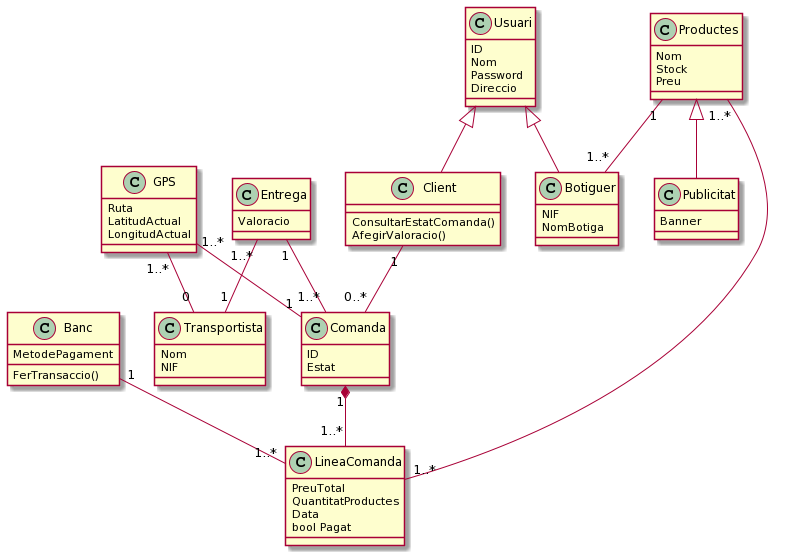
Above: diagrams/sprint3_diag_classes.png in polpagesdev/delivery-app (PlantUML), before the change.
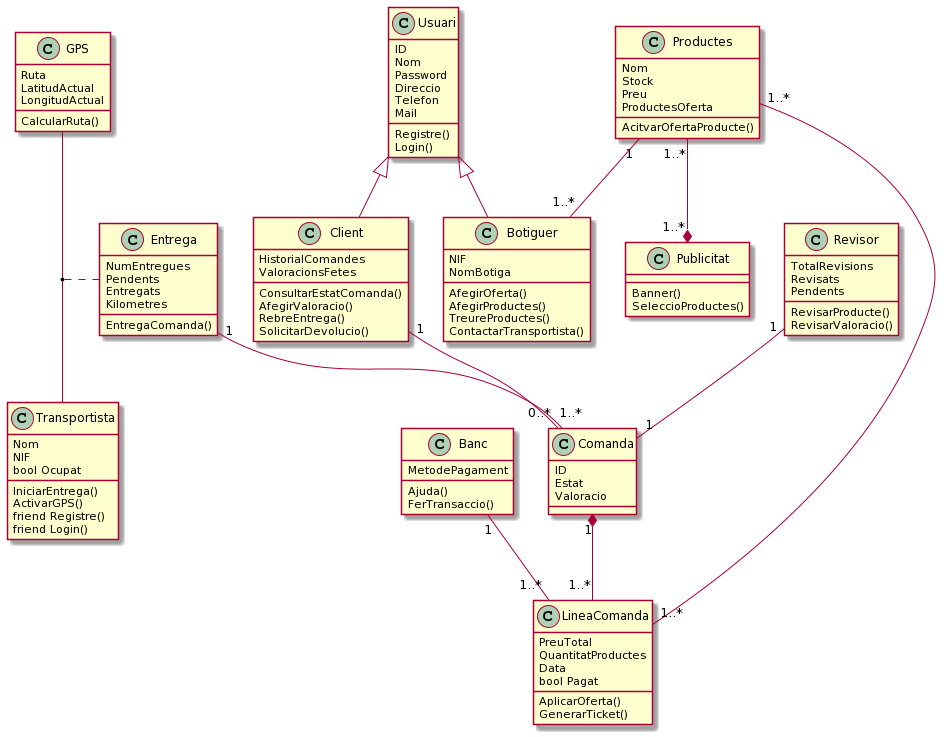
After the change.

What changed in the source:
```diff
@@ -7,41 +7,73 @@
 Nom
 Password
 Direccio
+Telefon
+Mail
+Registre()
+Login()
 }
+
 class Client {
+HistorialComandes
+ValoracionsFetes
 ConsultarEstatComanda()
 AfegirValoracio()
+RebreEntrega()
+SolicitarDevolucio()
 }
 
 class Botiguer{
 NIF
 NomBotiga
+AfegirOferta()
+AfegirProductes()
+TreureProductes()
+ContactarTransportista()
+}
+
+class Revisor{
+TotalRevisions
+Revisats
+Pendents
+RevisarProducte()
+RevisarValoracio()
 }
 
 class Banc{
 MetodePagament
+Ajuda()
 FerTransaccio()
 }
 
 class Transportista{
 Nom
 NIF
+bool Ocupat
+IniciarEntrega()
+ActivarGPS()
+friend Registre()
+friend Login()
 }
 
 Class Comanda{
 ID
 Estat
+Valoracio
 }
 
 Class Productes{
 Nom
 Stock
 Preu
+ProductesOferta
+AcitvarOfertaProducte()
 }
+
 Class GPS{
 Ruta
 LatitudActual
 LongitudActual
+CalcularRuta()
 }
 
 Class LineaComanda{
@@ -49,34 +81,43 @@
 QuantitatProductes
 Data
 bool Pagat
+AplicarOferta()
+GenerarTicket()
 }
 
 Class Entrega{
-Valoracio
+NumEntregues
+Pendents
+Entregats
+Kilometres
+EntregaComanda()
 }
 
 Class Publicitat
 {
-Banner
+
+Banner()
+SeleccioProductes()
 }
 
 Usuari <|-- Client
 Usuari<|-- Botiguer
-Productes <|-- Publicitat
+
 
 Client "1" -- "0..*" Comanda
 Productes"1..*" -- "1..*" LineaComanda
 Productes"1" -- "1..*" Botiguer
 Banc"1" -- "1..*"LineaComanda
 Entrega"1" -- "1..*"Comanda
-Entrega"1..*"--"1"Transportista
-GPS"1..*"--"0"Transportista
-GPS"1..*"--"1"Comanda
+Revisor"1"--"1"Comanda
+
 
 
 Comanda"1" *-- "1..*" LineaComanda
+Productes"1..*"--*"1..*" Publicitat
 
 
+(GPS,Transportista) .. Entrega
 
 
 @enduml
```
